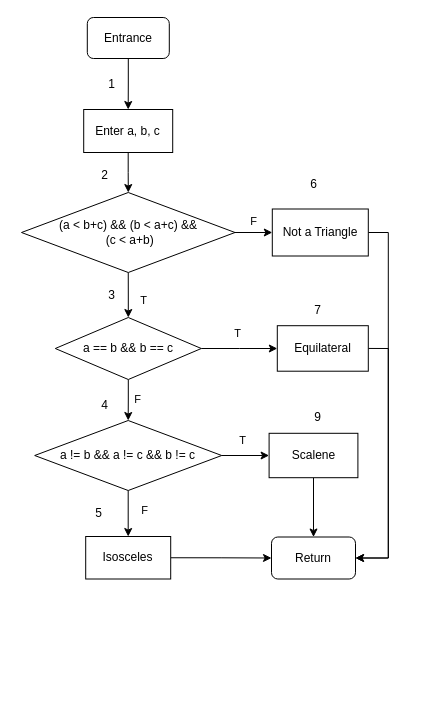
The draw.io diagram page "基本路径测试" (3 of 3) of data/software-testing.drawio in DjyBrandon/software-testing-experiment, before the edit. Source tidied: cells renumbered, new cells numbered last; positions are measured from the earlier drawing's top-left corner, leaving out a move shared by most shapes. Both pictures are drawn from the tidied source at 100%, with x=0, y=0 at pixel (21, 17).
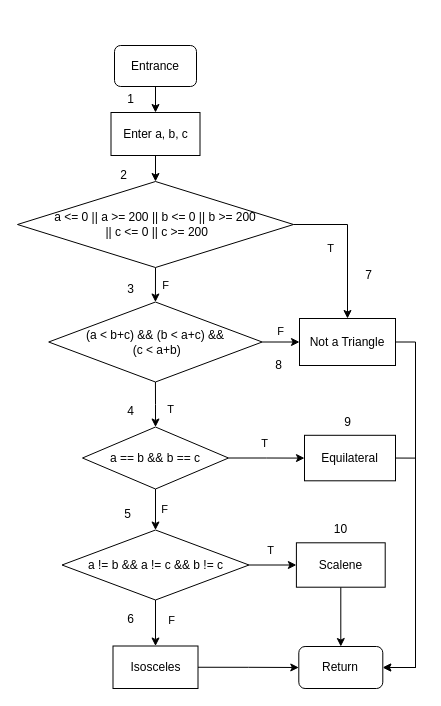
The same diagram, later.

What changed in the source:
```diff
@@
+    <mxCell id="24" value="1&lt;br&gt;" style="text;html=1;align=center;verticalAlign=middle;strokeColor=none;fillColor=none;" parent="1" vertex="1">
+      <mxGeometry x="96.2" y="69" width="25" height="26" as="geometry" />
+    </mxCell>
+    <mxCell id="25" value="2&lt;br&gt;" style="text;html=1;align=center;verticalAlign=middle;strokeColor=none;fillColor=none;" parent="1" vertex="1">
+      <mxGeometry x="89.5" y="145" width="25" height="26" as="geometry" />
+    </mxCell>
+    <mxCell id="26" value="3" style="text;html=1;align=center;verticalAlign=middle;strokeColor=none;fillColor=none;" parent="1" vertex="1">
+      <mxGeometry x="96.2" y="258.5" width="25" height="26" as="geometry" />
+    </mxCell>
+    <mxCell id="27" value="7" style="text;html=1;align=center;verticalAlign=middle;strokeColor=none;fillColor=none;" parent="1" vertex="1">
+      <mxGeometry x="334.2" y="244.5" width="25" height="26" as="geometry" />
+    </mxCell>
+    <mxCell id="28" value="6" style="text;html=1;align=center;verticalAlign=middle;strokeColor=none;fillColor=none;" parent="1" vertex="1">
+      <mxGeometry x="96.2" y="588.5" width="25" height="26" as="geometry" />
+    </mxCell>
+    <mxCell id="29" value="4" style="text;html=1;align=center;verticalAlign=middle;strokeColor=none;fillColor=none;" parent="1" vertex="1">
+      <mxGeometry x="96.2" y="380.8" width="25" height="26" as="geometry" />
+    </mxCell>
+    <mxCell id="30" value="9" style="text;html=1;align=center;verticalAlign=middle;strokeColor=none;fillColor=none;" parent="1" vertex="1">
+      <mxGeometry x="313.5" y="391.8" width="25" height="26" as="geometry" />
+    </mxCell>
+    <mxCell id="31" value="5" style="text;html=1;align=center;verticalAlign=middle;strokeColor=none;fillColor=none;" parent="1" vertex="1">
+      <mxGeometry x="93" y="484" width="25" height="26" as="geometry" />
+    </mxCell>
@@
     <mxCell id="3" value="Entrance" style="rounded=1;whiteSpace=wrap;html=1;" parent="1" vertex="1">
-      <mxGeometry x="65.8" width="82" height="41" as="geometry" />
+      <mxGeometry x="93" y="28" width="82" height="41" as="geometry" />
     </mxCell>
-    <mxCell id="4" style="edgeStyle=orthogonalEdgeStyle;rounded=0;jettySize=auto;html=1;exitX=0.5;exitY=1;exitDx=0;exitDy=0;" parent="1" edge="1" source="5" target="8">
-      <mxGeometry relative="1" as="geometry" />
-    </mxCell>
+    <mxCell id="32" style="edgeStyle=orthogonalEdgeStyle;rounded=0;jettySize=auto;html=1;exitX=0.5;exitY=1;exitDx=0;exitDy=0;entryX=0.5;entryY=0;entryDx=0;entryDy=0;" parent="1" edge="1" source="5" target="35">
+      <mxGeometry relative="1" as="geometry" />
+    </mxCell>
     <mxCell id="5" value="Enter a, b, c" style="rounded=0;whiteSpace=wrap;html=1;" parent="1" vertex="1">
-      <mxGeometry x="62.2" y="92" width="89" height="43" as="geometry" />
+      <mxGeometry x="89.5" y="95" width="89" height="43" as="geometry" />
     </mxCell>
@@
     <mxCell id="8" value="(a &amp;lt; b+c) &amp;amp;&amp;amp; (b &amp;lt; a+c) &amp;amp;&amp;amp;&lt;br&gt;&amp;nbsp;(c &amp;lt; a+b)" style="rhombus;whiteSpace=wrap;html=1;" parent="1" vertex="1">
-      <mxGeometry y="175" width="213.5" height="80" as="geometry" />
+      <mxGeometry x="27.2" y="284.5" width="213.5" height="80" as="geometry" />
     </mxCell>
@@
     <mxCell id="10" value="Not a Triangle" style="rounded=0;whiteSpace=wrap;html=1;" parent="1" vertex="1">
-      <mxGeometry x="250.8" y="191.5" width="96" height="47" as="geometry" />
+      <mxGeometry x="278" y="301" width="96" height="47" as="geometry" />
     </mxCell>
@@
     <mxCell id="13" value="a == b &amp;amp;&amp;amp; b == c" style="rhombus;whiteSpace=wrap;html=1;" parent="1" vertex="1">
-      <mxGeometry x="33.8" y="300" width="146" height="62" as="geometry" />
+      <mxGeometry x="61" y="409.5" width="146" height="62" as="geometry" />
     </mxCell>
@@
     <mxCell id="16" value="a != b &amp;amp;&amp;amp; a != c &amp;amp;&amp;amp; b != c" style="rhombus;whiteSpace=wrap;html=1;" parent="1" vertex="1">
-      <mxGeometry x="13.2" y="403" width="187" height="70" as="geometry" />
+      <mxGeometry x="40.5" y="512.5" width="187" height="70" as="geometry" />
     </mxCell>
@@
     <mxCell id="18" value="Equilateral" style="rounded=0;whiteSpace=wrap;html=1;" parent="1" vertex="1">
-      <mxGeometry x="255.8" y="308.2" width="91" height="45.5" as="geometry" />
+      <mxGeometry x="283" y="417.8" width="91" height="45.5" as="geometry" />
     </mxCell>
@@
     <mxCell id="20" value="Scalene" style="rounded=0;whiteSpace=wrap;html=1;" parent="1" vertex="1">
-      <mxGeometry x="247.6" y="415.8" width="88.8" height="44.4" as="geometry" />
+      <mxGeometry x="274.9" y="525.3" width="88.8" height="44.4" as="geometry" />
     </mxCell>
@@
     <mxCell id="22" value="Isosceles" style="rounded=0;whiteSpace=wrap;html=1;" parent="1" vertex="1">
-      <mxGeometry x="64.2" y="519" width="85" height="42.5" as="geometry" />
+      <mxGeometry x="91.5" y="628.5" width="85" height="42.5" as="geometry" />
     </mxCell>
     <mxCell id="23" value="Return" style="rounded=1;whiteSpace=wrap;html=1;" parent="1" vertex="1">
-      <mxGeometry x="250" y="519.5" width="84" height="42" as="geometry" />
+      <mxGeometry x="277.3" y="629" width="84" height="42" as="geometry" />
     </mxCell>
-    <mxCell id="24" value="1&lt;br&gt;" style="text;html=1;align=center;verticalAlign=middle;strokeColor=none;fillColor=none;" parent="1" vertex="1">
-      <mxGeometry x="77" y="54" width="25" height="26" as="geometry" />
-    </mxCell>
-    <mxCell id="25" value="2&lt;br&gt;" style="text;html=1;align=center;verticalAlign=middle;strokeColor=none;fillColor=none;" parent="1" vertex="1">
-      <mxGeometry x="70" y="145" width="25" height="26" as="geometry" />
-    </mxCell>
-    <mxCell id="26" value="3" style="text;html=1;align=center;verticalAlign=middle;strokeColor=none;fillColor=none;" parent="1" vertex="1">
-      <mxGeometry x="77" y="265" width="25" height="26" as="geometry" />
-    </mxCell>
-    <mxCell id="27" value="7" style="text;html=1;align=center;verticalAlign=middle;strokeColor=none;fillColor=none;" parent="1" vertex="1">
-      <mxGeometry x="283" y="280" width="25" height="26" as="geometry" />
-    </mxCell>
-    <mxCell id="28" value="6" style="text;html=1;align=center;verticalAlign=middle;strokeColor=none;fillColor=none;" parent="1" vertex="1">
-      <mxGeometry x="279" y="154" width="25" height="26" as="geometry" />
-    </mxCell>
-    <mxCell id="29" value="4" style="text;html=1;align=center;verticalAlign=middle;strokeColor=none;fillColor=none;" parent="1" vertex="1">
-      <mxGeometry x="70" y="375" width="25" height="26" as="geometry" />
-    </mxCell>
-    <mxCell id="30" value="9" style="text;html=1;align=center;verticalAlign=middle;strokeColor=none;fillColor=none;" parent="1" vertex="1">
-      <mxGeometry x="283" y="387" width="25" height="26" as="geometry" />
-    </mxCell>
-    <mxCell id="31" value="5" style="text;html=1;align=center;verticalAlign=middle;strokeColor=none;fillColor=none;" parent="1" vertex="1">
-      <mxGeometry x="64.2" y="483" width="25" height="26" as="geometry" />
-    </mxCell>
+    <mxCell id="33" value="F" style="edgeStyle=orthogonalEdgeStyle;rounded=0;jettySize=auto;html=1;exitX=0.5;exitY=1;exitDx=0;exitDy=0;entryX=0.5;entryY=0;entryDx=0;entryDy=0;" parent="1" edge="1" source="35" target="8">
+      <mxGeometry x="0.04" y="10" relative="1" as="geometry" />
+    </mxCell>
+    <mxCell id="34" value="T" style="edgeStyle=orthogonalEdgeStyle;rounded=0;jettySize=auto;html=1;exitX=1;exitY=0.5;exitDx=0;exitDy=0;" parent="1" edge="1" source="35" target="10">
+      <mxGeometry x="0.05" y="-17" relative="1" as="geometry" />
+    </mxCell>
+    <mxCell id="35" value="a &amp;lt;= 0 || a &amp;gt;= 200 || b &amp;lt;= 0 || b &amp;gt;= 200&lt;br&gt;&amp;nbsp;|| c &amp;lt;= 0 || c &amp;gt;= 200" style="rhombus;whiteSpace=wrap;html=1;" parent="1" vertex="1">
+      <mxGeometry x="-4" y="164" width="276" height="86" as="geometry" />
+    </mxCell>
+    <mxCell id="36" value="8" style="text;html=1;align=center;verticalAlign=middle;strokeColor=none;fillColor=none;" parent="1" vertex="1">
+      <mxGeometry x="244.2" y="335.2" width="25" height="26" as="geometry" />
+    </mxCell>
+    <mxCell id="37" value="10" style="text;html=1;align=center;verticalAlign=middle;strokeColor=none;fillColor=none;" parent="1" vertex="1">
+      <mxGeometry x="303.8" y="499.3" width="31" height="26" as="geometry" />
+    </mxCell>
```
